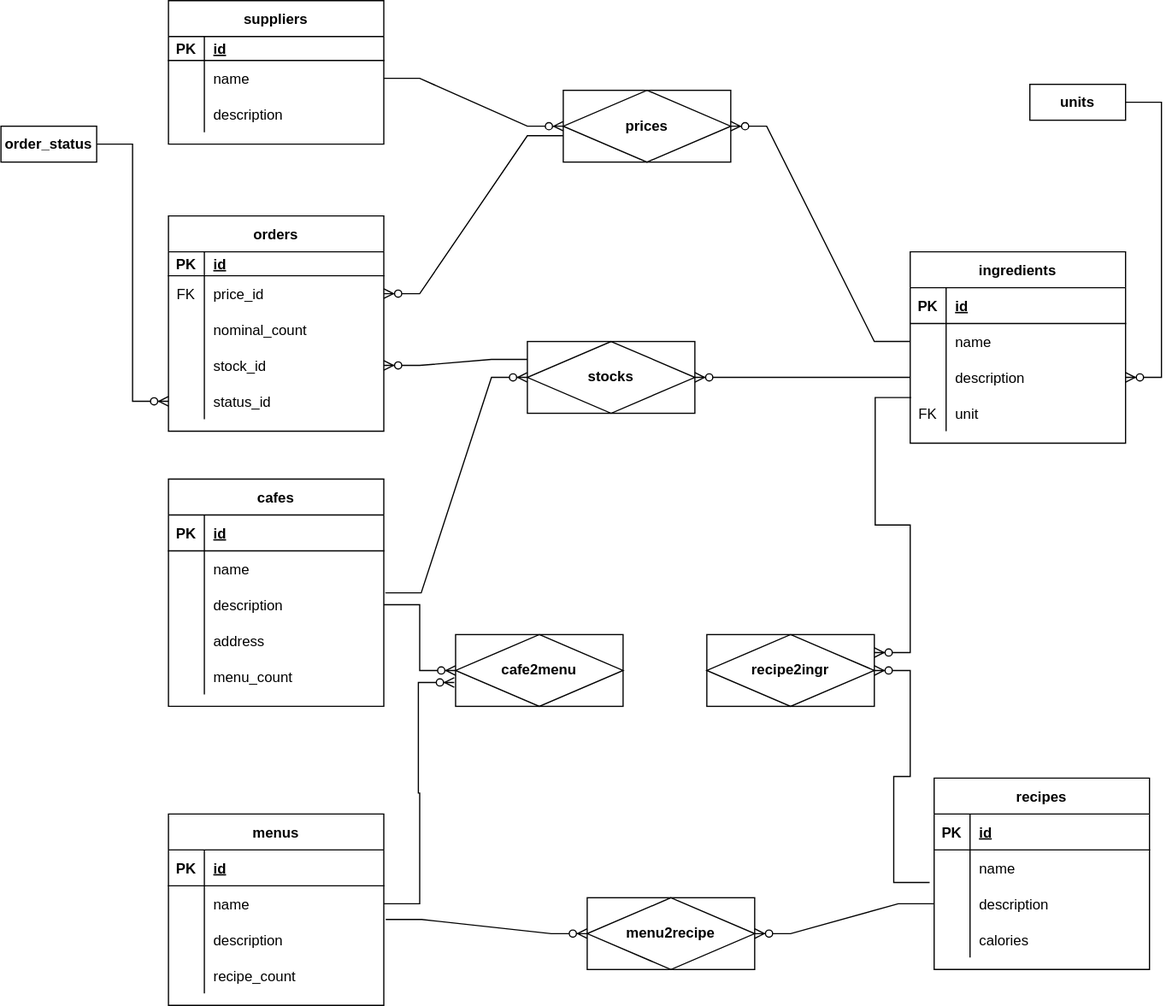
Earlier version of the draw.io export doc/fig/infological.svg (zubrailx/university-itmo). Source tidied: cells renumbered, new cells last; positions are measured from the earlier drawing's top-left corner, leaving out a move shared by most shapes.
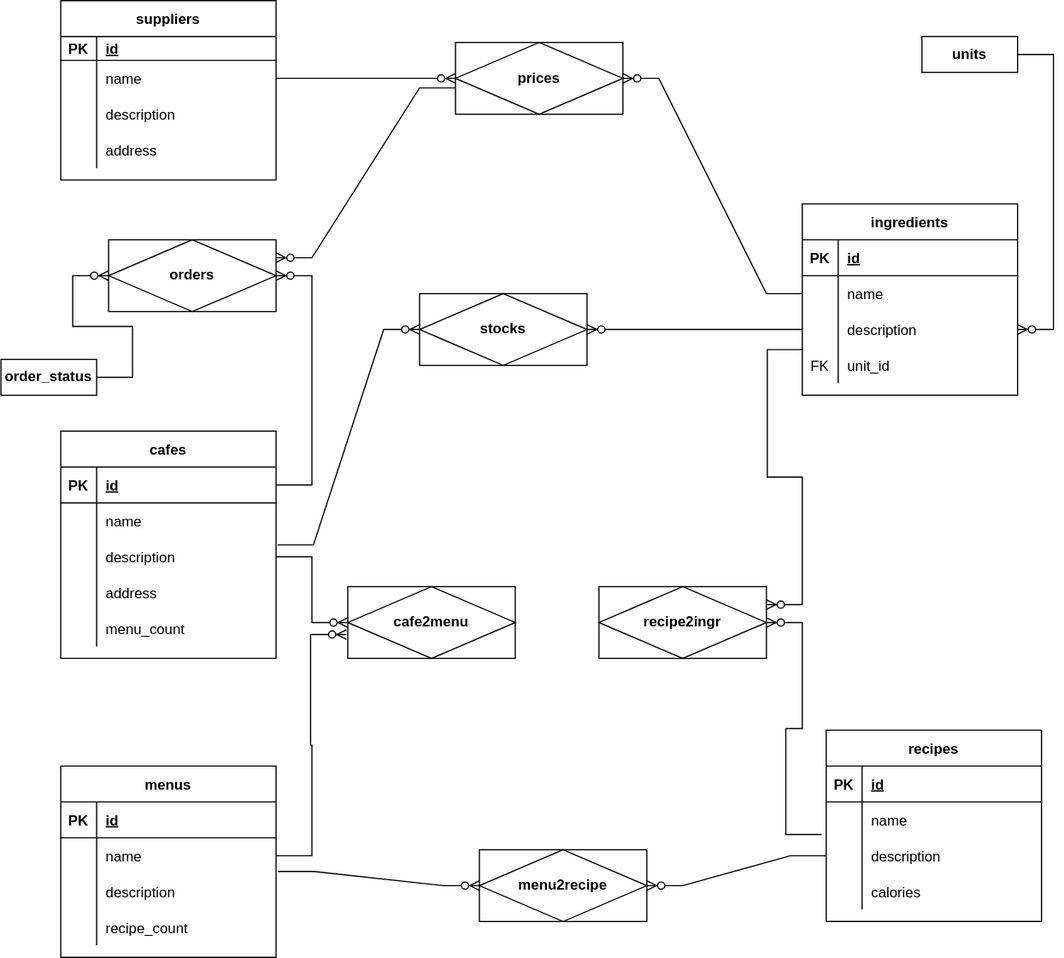
Above is the later version.

What changed in the source:
```diff
@@ -3,7 +3,7 @@
     <mxCell id="0" />
     <mxCell id="1" parent="0" />
     <mxCell id="2" value="suppliers" style="shape=table;startSize=30;rowLines=0;fontStyle=1;align=center;" parent="1" vertex="1">
-      <mxGeometry x="140" width="180" height="120" as="geometry" />
+      <mxGeometry x="140" y="40" width="180" height="150" as="geometry" />
     </mxCell>
     <mxCell id="3" style="shape=tableRow;horizontal=0;startSize=0;swimlaneHead=0;swimlaneBody=0;fillColor=none;top=0;left=0;right=0;bottom=1;" parent="2" vertex="1">
       <mxGeometry y="30" width="180" height="20" as="geometry" />
@@ -32,6 +32,15 @@
     <mxCell id="11" value="description" style="shape=partialRectangle;fillColor=none;top=0;left=0;bottom=0;right=0;align=left;spacingLeft=6;overflow=hidden;" parent="9" vertex="1">
       <mxGeometry x="30" width="150" height="30" as="geometry" />
     </mxCell>
+    <mxCell id="94" style="shape=tableRow;horizontal=0;startSize=0;swimlaneHead=0;swimlaneBody=0;fillColor=none;points=[[0,0.5],[1,0.5]];portConstraint=eastwest;top=0;left=0;right=0;bottom=0;" parent="2" vertex="1">
+      <mxGeometry y="110" width="180" height="30" as="geometry" />
+    </mxCell>
+    <mxCell id="104" style="shape=partialRectangle;fillColor=none;top=0;left=0;bottom=0;right=0;overflow=hidden;" parent="94" vertex="1">
+      <mxGeometry width="30" height="30" as="geometry" />
+    </mxCell>
+    <mxCell id="105" value="address" style="shape=partialRectangle;fillColor=none;top=0;left=0;bottom=0;right=0;align=left;spacingLeft=6;overflow=hidden;" parent="94" vertex="1">
+      <mxGeometry x="30" width="150" height="30" as="geometry" />
+    </mxCell>
     <mxCell id="12" value="ingredients" style="shape=table;startSize=30;rowLines=0;fontStyle=1;align=center;" parent="1" vertex="1">
       <mxGeometry x="760" y="210" width="180" height="160" as="geometry" />
     </mxCell>
@@ -68,7 +77,7 @@
     <mxCell id="23" value="FK" style="shape=partialRectangle;fillColor=none;top=0;left=0;bottom=0;right=0;overflow=hidden;" parent="22" vertex="1">
       <mxGeometry width="30" height="30" as="geometry" />
     </mxCell>
-    <mxCell id="24" value="unit" style="shape=partialRectangle;fillColor=none;top=0;left=0;bottom=0;right=0;align=left;spacingLeft=6;overflow=hidden;" parent="22" vertex="1">
+    <mxCell id="24" value="unit_id" style="shape=partialRectangle;fillColor=none;top=0;left=0;bottom=0;right=0;align=left;spacingLeft=6;overflow=hidden;" parent="22" vertex="1">
       <mxGeometry x="30" width="150" height="30" as="geometry" />
     </mxCell>
     <mxCell id="25" value="&lt;b&gt;prices&lt;/b&gt;" style="shape=associativeEntity;whiteSpace=wrap;html=1;align=center;" parent="1" vertex="1">
@@ -248,65 +257,20 @@
     <mxCell id="83" style="edgeStyle=entityRelationEdgeStyle;fontSize=12;html=1;endArrow=ERzeroToMany;endFill=1;rounded=0;entryX=1;entryY=0.5;entryDx=0;entryDy=0;exitX=1;exitY=0.5;exitDx=0;exitDy=0;" parent="1" edge="1" source="81" target="19">
       <mxGeometry relative="1" as="geometry" />
     </mxCell>
-    <mxCell id="84" value="orders" style="shape=table;startSize=30;rowLines=0;fontStyle=1;align=center;" parent="1" vertex="1">
-      <mxGeometry x="140" y="180" width="180" height="180" as="geometry" />
-    </mxCell>
-    <mxCell id="85" style="shape=tableRow;horizontal=0;startSize=0;swimlaneHead=0;swimlaneBody=0;fillColor=none;top=0;left=0;right=0;bottom=1;" parent="84" vertex="1">
-      <mxGeometry y="30" width="180" height="20" as="geometry" />
-    </mxCell>
-    <mxCell id="86" value="PK" style="shape=partialRectangle;fillColor=none;top=0;left=0;bottom=0;right=0;fontStyle=1;overflow=hidden;" parent="85" vertex="1">
-      <mxGeometry width="30" height="20" as="geometry" />
-    </mxCell>
-    <mxCell id="87" value="id" style="shape=partialRectangle;fillColor=none;top=0;left=0;bottom=0;right=0;align=left;spacingLeft=6;fontStyle=5;overflow=hidden;" parent="85" vertex="1">
-      <mxGeometry x="30" width="150" height="20" as="geometry" />
-    </mxCell>
-    <mxCell id="88" style="shape=tableRow;horizontal=0;startSize=0;swimlaneHead=0;swimlaneBody=0;fillColor=none;points=[[0,0.5],[1,0.5]];portConstraint=eastwest;top=0;left=0;right=0;bottom=0;" parent="84" vertex="1">
-      <mxGeometry y="50" width="180" height="30" as="geometry" />
-    </mxCell>
-    <mxCell id="89" value="FK" style="shape=partialRectangle;fillColor=none;top=0;left=0;bottom=0;right=0;overflow=hidden;" parent="88" vertex="1">
-      <mxGeometry width="30" height="30" as="geometry" />
-    </mxCell>
-    <mxCell id="90" value="price_id" style="shape=partialRectangle;fillColor=none;top=0;left=0;bottom=0;right=0;align=left;spacingLeft=6;overflow=hidden;" parent="88" vertex="1">
-      <mxGeometry x="30" width="150" height="30" as="geometry" />
-    </mxCell>
-    <mxCell id="91" style="shape=tableRow;horizontal=0;startSize=0;swimlaneHead=0;swimlaneBody=0;fillColor=none;top=0;left=0;right=0;bottom=0;" parent="84" vertex="1">
-      <mxGeometry y="80" width="180" height="30" as="geometry" />
-    </mxCell>
-    <mxCell id="92" style="shape=partialRectangle;fillColor=none;top=0;left=0;bottom=0;right=0;overflow=hidden;" parent="91" vertex="1">
-      <mxGeometry width="30" height="30" as="geometry" />
-    </mxCell>
-    <mxCell id="93" value="nominal_count" style="shape=partialRectangle;fillColor=none;top=0;left=0;bottom=0;right=0;align=left;spacingLeft=6;overflow=hidden;" parent="91" vertex="1">
-      <mxGeometry x="30" width="150" height="30" as="geometry" />
-    </mxCell>
-    <mxCell id="94" style="shape=tableRow;horizontal=0;startSize=0;swimlaneHead=0;swimlaneBody=0;fillColor=none;points=[[0,0.5],[1,0.5]];portConstraint=eastwest;top=0;left=0;right=0;bottom=0;" parent="84" vertex="1">
-      <mxGeometry y="110" width="180" height="30" as="geometry" />
-    </mxCell>
-    <mxCell id="95" style="shape=partialRectangle;fillColor=none;top=0;left=0;bottom=0;right=0;overflow=hidden;" parent="94" vertex="1">
-      <mxGeometry width="30" height="30" as="geometry" />
-    </mxCell>
-    <mxCell id="96" value="stock_id" style="shape=partialRectangle;fillColor=none;top=0;left=0;bottom=0;right=0;align=left;spacingLeft=6;overflow=hidden;" parent="94" vertex="1">
-      <mxGeometry x="30" width="150" height="30" as="geometry" />
-    </mxCell>
-    <mxCell id="97" style="shape=tableRow;horizontal=0;startSize=0;swimlaneHead=0;swimlaneBody=0;fillColor=none;points=[[0,0.5],[1,0.5]];portConstraint=eastwest;top=0;left=0;right=0;bottom=0;" parent="84" vertex="1">
-      <mxGeometry y="140" width="180" height="30" as="geometry" />
-    </mxCell>
-    <mxCell id="98" style="shape=partialRectangle;fillColor=none;top=0;left=0;bottom=0;right=0;overflow=hidden;" parent="97" vertex="1">
-      <mxGeometry width="30" height="30" as="geometry" />
-    </mxCell>
-    <mxCell id="99" value="status_id" style="shape=partialRectangle;fillColor=none;top=0;left=0;bottom=0;right=0;align=left;spacingLeft=6;overflow=hidden;" parent="97" vertex="1">
-      <mxGeometry x="30" width="150" height="30" as="geometry" />
-    </mxCell>
     <mxCell id="100" value="&lt;b&gt;order_status&lt;/b&gt;" style="whiteSpace=wrap;html=1;align=center;" parent="1" vertex="1">
-      <mxGeometry y="105" width="80" height="30" as="geometry" />
+      <mxGeometry x="90" y="340" width="80" height="30" as="geometry" />
     </mxCell>
-    <mxCell id="101" style="edgeStyle=entityRelationEdgeStyle;fontSize=12;html=1;endArrow=ERzeroToMany;endFill=1;rounded=0;exitX=0;exitY=0.25;exitDx=0;exitDy=0;entryX=1;entryY=0.5;entryDx=0;entryDy=0;" parent="1" edge="1" source="71" target="94">
+    <mxCell id="101" style="edgeStyle=entityRelationEdgeStyle;fontSize=12;html=1;endArrow=ERzeroToMany;endFill=1;rounded=0;exitX=1;exitY=0.5;exitDx=0;exitDy=0;entryX=1;entryY=0.5;entryDx=0;entryDy=0;" parent="1" edge="1" source="56" target="84">
       <mxGeometry relative="1" as="geometry" />
     </mxCell>
-    <mxCell id="102" style="edgeStyle=entityRelationEdgeStyle;fontSize=12;html=1;endArrow=ERzeroToMany;endFill=1;rounded=0;exitX=0;exitY=0.633;exitDx=0;exitDy=0;entryX=1;entryY=0.5;entryDx=0;entryDy=0;exitPerimeter=0;" parent="1" edge="1" source="25" target="88">
+    <mxCell id="102" style="edgeStyle=entityRelationEdgeStyle;fontSize=12;html=1;endArrow=ERzeroToMany;endFill=1;rounded=0;exitX=0;exitY=0.633;exitDx=0;exitDy=0;entryX=1;entryY=0.25;entryDx=0;entryDy=0;exitPerimeter=0;" parent="1" edge="1" source="25" target="84">
       <mxGeometry relative="1" as="geometry" />
     </mxCell>
-    <mxCell id="103" style="edgeStyle=entityRelationEdgeStyle;fontSize=12;html=1;endArrow=ERzeroToMany;endFill=1;rounded=0;entryX=0;entryY=0.5;entryDx=0;entryDy=0;exitX=1;exitY=0.5;exitDx=0;exitDy=0;" parent="1" edge="1" source="100" target="97">
+    <mxCell id="103" style="edgeStyle=entityRelationEdgeStyle;fontSize=12;html=1;endArrow=ERzeroToMany;endFill=1;rounded=0;entryX=0;entryY=0.5;entryDx=0;entryDy=0;exitX=1;exitY=0.5;exitDx=0;exitDy=0;" parent="1" edge="1" source="100" target="84">
       <mxGeometry relative="1" as="geometry" />
     </mxCell>
+    <mxCell id="84" value="&lt;b&gt;orders&lt;/b&gt;" style="shape=associativeEntity;whiteSpace=wrap;html=1;align=center;" parent="1" vertex="1">
+      <mxGeometry x="180" y="240" width="140" height="60" as="geometry" />
+    </mxCell>
   </root>
 </mxGraphModel>
```
